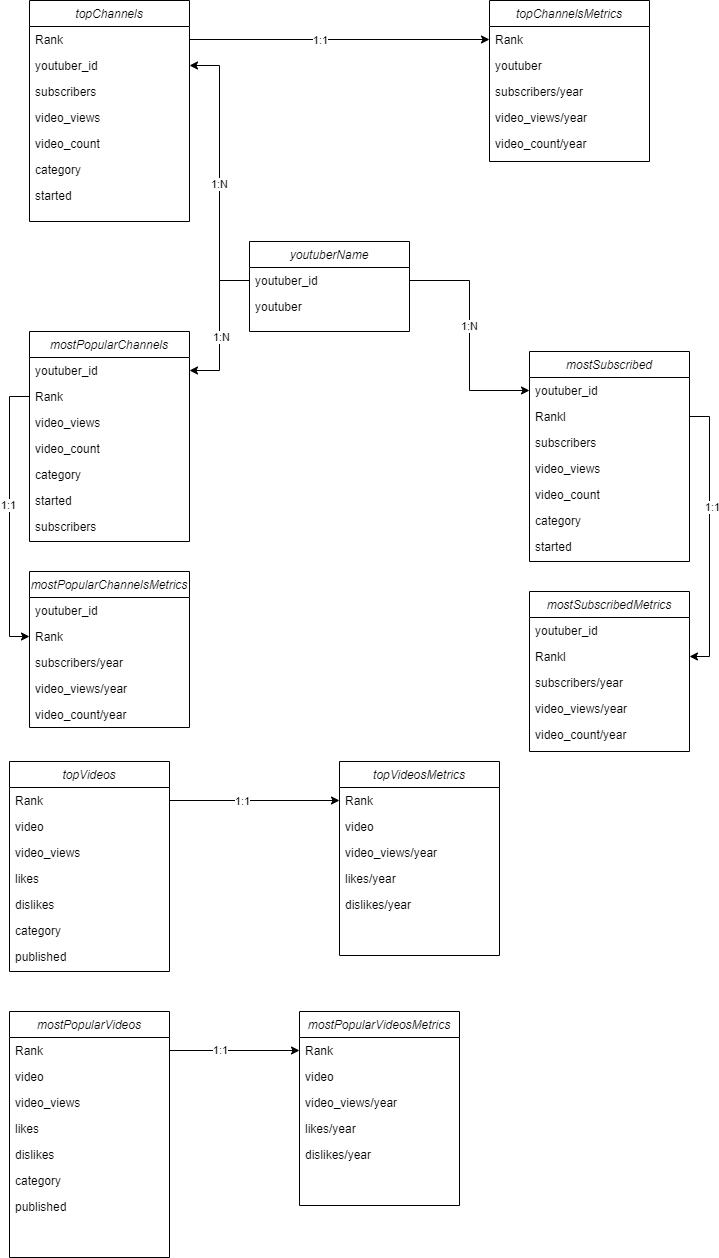
M4ppu/Big_Data_I_-_Trabalho_Final keeps this draw.io diagram as diagrama de classes.png. Above is the earlier version. Source tidied: cells renumbered, new cells last; positions are measured from the earlier drawing's top-left corner, leaving out a move shared by most shapes.
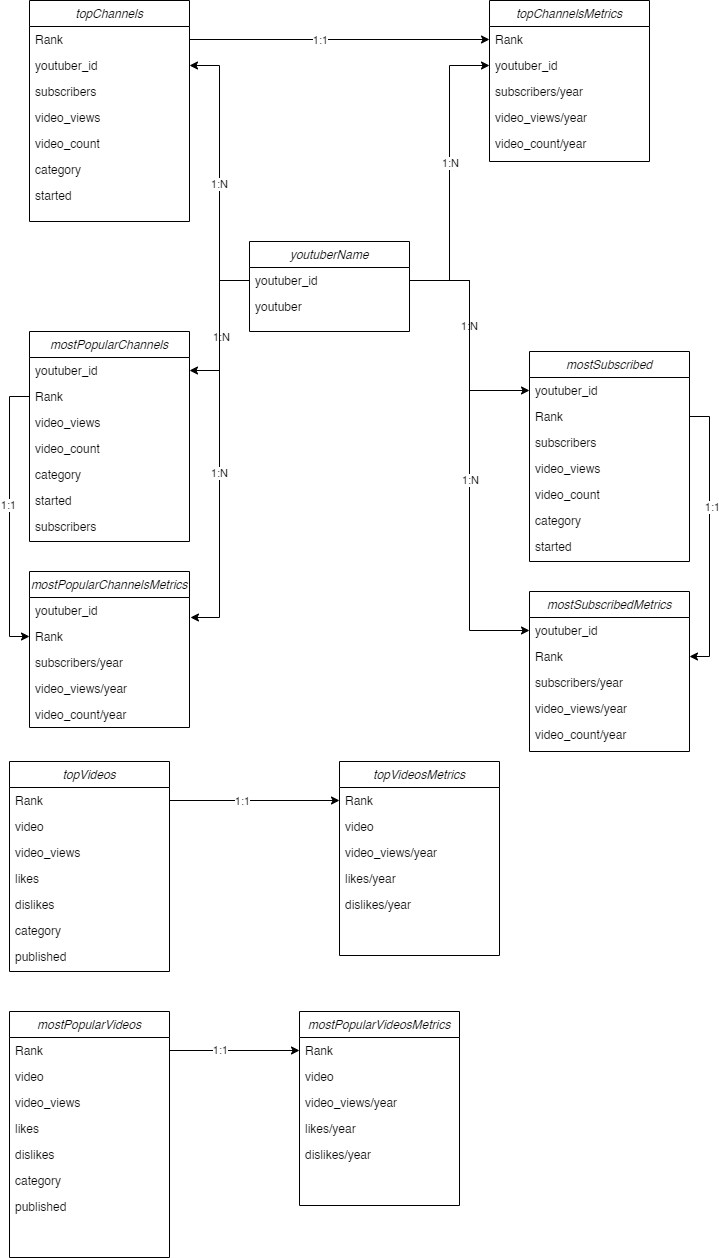
The same diagram one commit later.

Commit message:
corrigindo setinhas do diagrama

The edit, as a diff of the source:
```diff
@@ -32,7 +32,7 @@
     <mxCell id="11" value="Rank&#10;" style="text;align=left;verticalAlign=top;spacingLeft=4;spacingRight=4;overflow=hidden;points=[[0,0.5],[1,0.5]];portConstraint=eastwest;" parent="10" vertex="1">
       <mxGeometry y="26" width="160" height="26" as="geometry" />
     </mxCell>
-    <mxCell id="12" value="youtuber" style="text;align=left;verticalAlign=top;spacingLeft=4;spacingRight=4;overflow=hidden;points=[[0,0.5],[1,0.5]];portConstraint=eastwest;rounded=0;shadow=0;html=0;" parent="10" vertex="1">
+    <mxCell id="12" value="youtuber_id" style="text;align=left;verticalAlign=top;spacingLeft=4;spacingRight=4;overflow=hidden;points=[[0,0.5],[1,0.5]];portConstraint=eastwest;rounded=0;shadow=0;html=0;" parent="10" vertex="1">
       <mxGeometry y="52" width="160" height="26" as="geometry" />
     </mxCell>
     <mxCell id="13" value="subscribers/year" style="text;align=left;verticalAlign=top;spacingLeft=4;spacingRight=4;overflow=hidden;rounded=0;shadow=0;html=0;" parent="10" vertex="1">
@@ -137,7 +137,7 @@
     <mxCell id="46" value="youtuber_id" style="text;align=left;verticalAlign=top;spacingLeft=4;spacingRight=4;overflow=hidden;points=[[0,0.5],[1,0.5]];portConstraint=eastwest;" parent="45" vertex="1">
       <mxGeometry y="26" width="160" height="26" as="geometry" />
     </mxCell>
-    <mxCell id="47" value="Rankl" style="text;align=left;verticalAlign=top;spacingLeft=4;spacingRight=4;overflow=hidden;points=[[0,0.5],[1,0.5]];portConstraint=eastwest;" parent="45" vertex="1">
+    <mxCell id="47" value="Rank" style="text;align=left;verticalAlign=top;spacingLeft=4;spacingRight=4;overflow=hidden;points=[[0,0.5],[1,0.5]];portConstraint=eastwest;" parent="45" vertex="1">
       <mxGeometry y="52" width="160" height="26" as="geometry" />
     </mxCell>
     <mxCell id="48" value="subscribers" style="text;align=left;verticalAlign=top;spacingLeft=4;spacingRight=4;overflow=hidden;" parent="45" vertex="1">
@@ -185,7 +185,7 @@
     <mxCell id="62" value="youtuber_id" style="text;align=left;verticalAlign=top;spacingLeft=4;spacingRight=4;overflow=hidden;points=[[0,0.5],[1,0.5]];portConstraint=eastwest;" parent="61" vertex="1">
       <mxGeometry y="26" width="160" height="26" as="geometry" />
     </mxCell>
-    <mxCell id="63" value="Rankl" style="text;align=left;verticalAlign=top;spacingLeft=4;spacingRight=4;overflow=hidden;points=[[0,0.5],[1,0.5]];portConstraint=eastwest;" parent="61" vertex="1">
+    <mxCell id="63" value="Rank" style="text;align=left;verticalAlign=top;spacingLeft=4;spacingRight=4;overflow=hidden;points=[[0,0.5],[1,0.5]];portConstraint=eastwest;" parent="61" vertex="1">
       <mxGeometry y="52" width="160" height="26" as="geometry" />
     </mxCell>
     <mxCell id="64" value="subscribers/year" style="text;align=left;verticalAlign=top;spacingLeft=4;spacingRight=4;overflow=hidden;" parent="61" vertex="1">
@@ -269,5 +269,23 @@
     <mxCell id="90" value="1:1" style="edgeLabel;html=1;align=center;verticalAlign=middle;" parent="89" vertex="1">
       <mxGeometry x="-0.23" y="1" relative="1" as="geometry" />
     </mxCell>
+    <mxCell id="91" style="edgeStyle=orthogonalEdgeStyle;rounded=0;jettySize=auto;html=1;exitX=1;exitY=0.5;exitDx=0;exitDy=0;entryX=0;entryY=0.5;entryDx=0;entryDy=0;" parent="1" edge="1" source="35" target="12">
+      <mxGeometry relative="1" as="geometry" />
+    </mxCell>
+    <mxCell id="92" value="1:N" style="edgeLabel;html=1;align=center;verticalAlign=middle;" parent="91" vertex="1">
+      <mxGeometry x="0.07" relative="1" as="geometry" />
+    </mxCell>
+    <mxCell id="93" style="edgeStyle=orthogonalEdgeStyle;rounded=0;jettySize=auto;html=1;exitX=1;exitY=0.5;exitDx=0;exitDy=0;entryX=0;entryY=0.5;entryDx=0;entryDy=0;" parent="1" edge="1" source="35" target="62">
+      <mxGeometry relative="1" as="geometry" />
+    </mxCell>
+    <mxCell id="94" value="1:N" style="edgeLabel;html=1;align=center;verticalAlign=middle;" parent="93" vertex="1">
+      <mxGeometry x="0.1" relative="1" as="geometry" />
+    </mxCell>
+    <mxCell id="95" style="edgeStyle=orthogonalEdgeStyle;rounded=0;jettySize=auto;html=1;exitX=0;exitY=0.5;exitDx=0;exitDy=0;entryX=1.006;entryY=0.769;entryDx=0;entryDy=0;entryPerimeter=0;" parent="1" edge="1" source="35" target="54">
+      <mxGeometry relative="1" as="geometry" />
+    </mxCell>
+    <mxCell id="96" value="1:N" style="edgeLabel;html=1;align=center;verticalAlign=middle;" parent="95" vertex="1">
+      <mxGeometry x="0.12" y="-1" relative="1" as="geometry" />
+    </mxCell>
   </root>
 </mxGraphModel>
```
